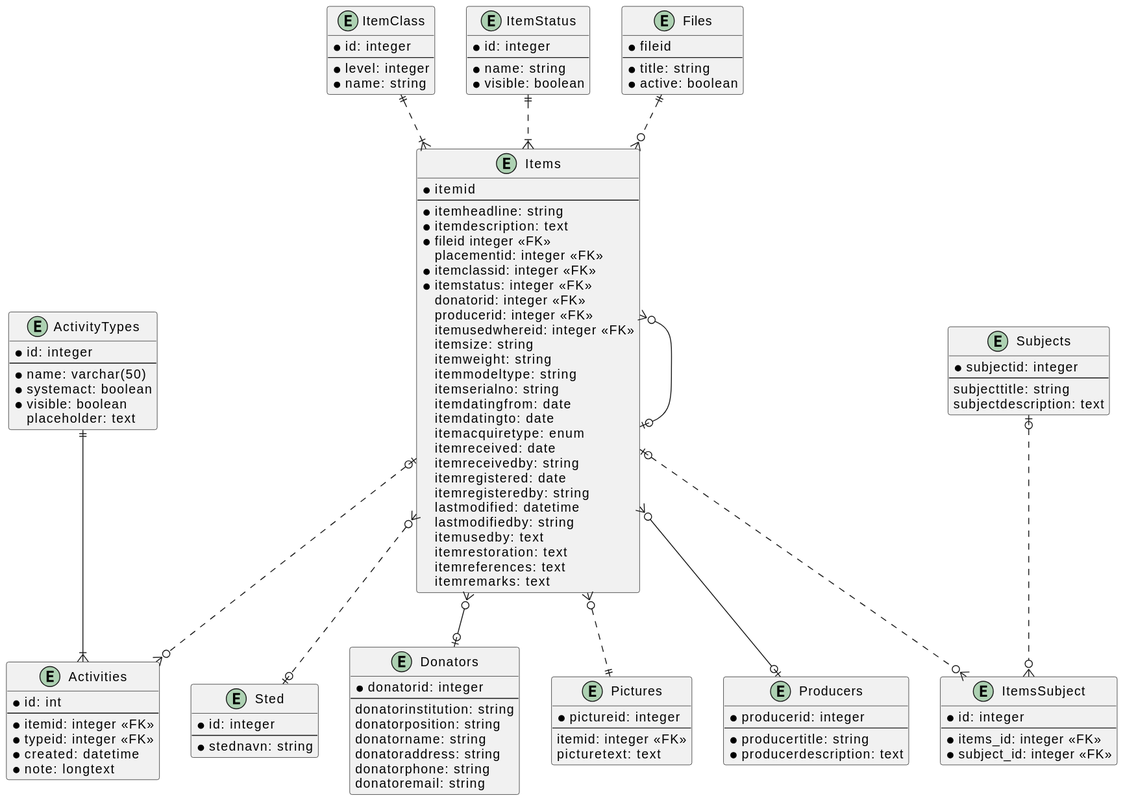
Earlier version of the PlantUML export docs/genstand-er.svg (Datamuseum-DK/CollectionMan).
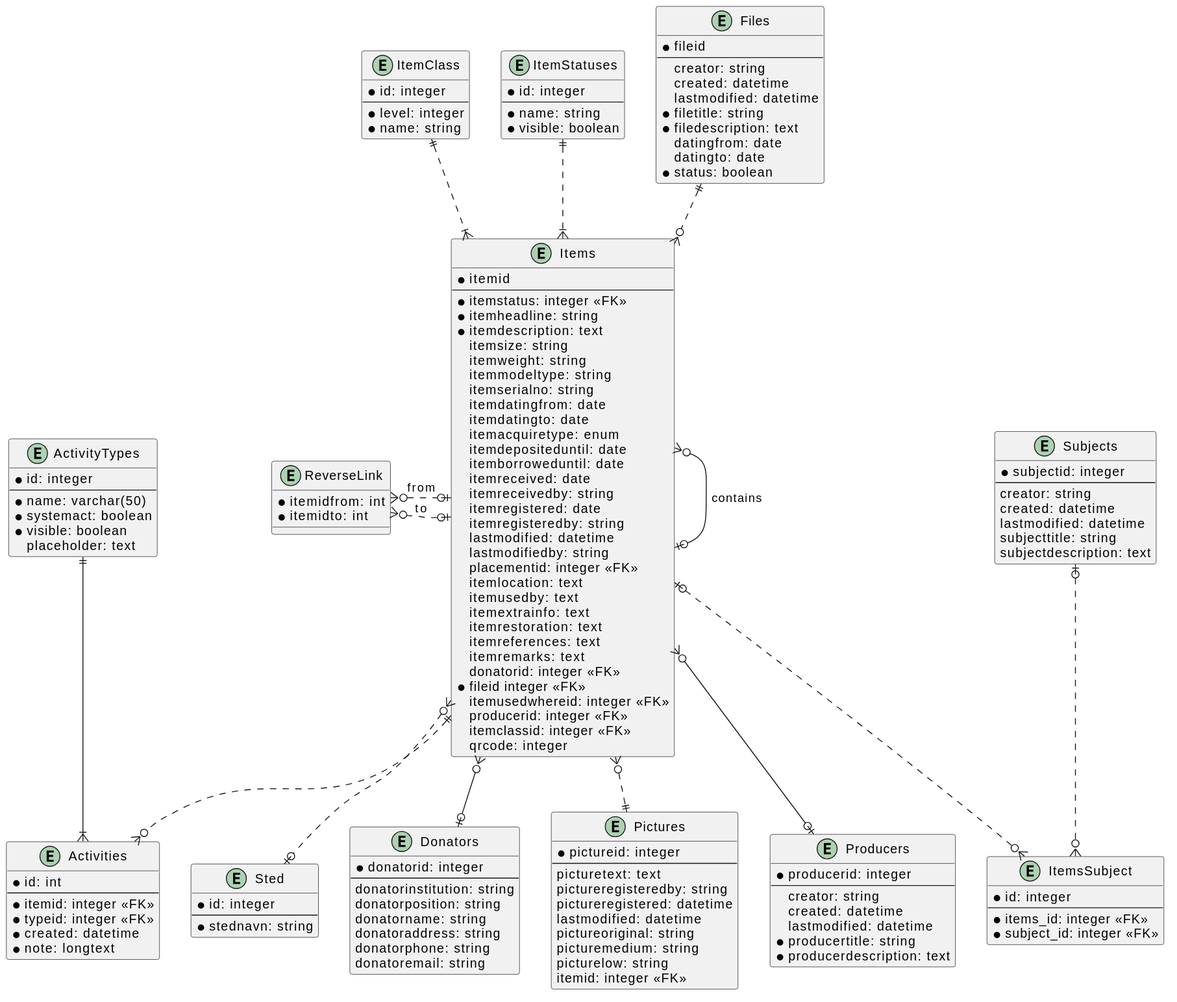
After the commit.

Change to the diagram source:
```diff
@@ -6,7 +6,7 @@
 * name: string
 }
 
-entity ItemStatus {
+entity ItemStatuses {
 * id: integer
 --
 * name: string
@@ -16,15 +16,9 @@
 entity Items {
 * itemid
 --
+* itemstatus: integer <<FK>>
 * itemheadline: string
 * itemdescription: text
-* fileid integer <<FK>>
-placementid: integer <<FK>>
-* itemclassid: integer <<FK>>
-* itemstatus: integer <<FK>>
-donatorid: integer <<FK>>
-producerid: integer <<FK>>
-itemusedwhereid: integer <<FK>>
 itemsize: string
 itemweight: string
 itemmodeltype: string
@@ -32,23 +26,42 @@
 itemdatingfrom: date
 itemdatingto: date
 itemacquiretype: enum
+itemdepositeduntil: date
+itemborroweduntil: date
 itemreceived: date
 itemreceivedby: string
 itemregistered: date
 itemregisteredby: string
 lastmodified: datetime
 lastmodifiedby: string
+placementid: integer <<FK>>
+itemlocation: text
 itemusedby: text
+itemextrainfo: text
 itemrestoration: text
 itemreferences: text
 itemremarks: text
+donatorid: integer <<FK>>
+* fileid integer <<FK>>
+itemusedwhereid: integer <<FK>>
+producerid: integer <<FK>>
+itemclassid: integer <<FK>>
+qrcode: integer
 }
+
 entity Files {
 * fileid
 --
-* title: string
-* active: boolean
+creator: string
+created: datetime
+lastmodified: datetime
+* filetitle: string
+* filedescription: text
+datingfrom: date
+datingto: date
+* status: boolean
 }
+
 entity Activities {
 * id: int
 --
@@ -57,6 +70,7 @@
 * created: datetime
 * note: longtext
 }
+
 entity ActivityTypes {
 * id: integer
 --
@@ -65,11 +79,13 @@
 * visible: boolean
 placeholder: text
 }
+
 entity Sted {
 * id: integer
 --
 * stednavn: string
 }
+
 entity Donators {
 * donatorid: integer
 --
@@ -80,15 +96,20 @@
 donatorphone: string
 donatoremail: string
 }
+
 entity ItemsSubject {
 * id: integer
 --
 * items_id: integer <<FK>>
 * subject_id: integer <<FK>>
 }
+
 entity Subjects {
 * subjectid: integer
 --
+creator: string
+created: datetime
+lastmodified: datetime
 subjecttitle: string
 subjectdescription: text
 }
@@ -96,27 +117,43 @@
 entity Pictures {
 * pictureid: integer
 --
+picturetext: text
+pictureregisteredby: string
+pictureregistered: datetime
+lastmodified: datetime
+pictureoriginal: string
+picturemedium: string
+picturelow: string
 itemid: integer <<FK>>
-picturetext: text
 }
 
 entity Producers {
 * producerid: integer
 --
+creator: string
+created: datetime
+lastmodified: datetime
 * producertitle: string
 * producerdescription: text
 }
 
+entity ReverseLink {
+* itemidfrom: int
+* itemidto: int
+}
+
 ItemClass ||..|{ Items
 Files ||..o{ Items
-ItemStatus ||..|{ Items
+ItemStatuses ||..|{ Items
 Items }o..o| Sted
 Items }o..|| Pictures
 Items |o..o{ ItemsSubject
 Subjects |o..o{ ItemsSubject
 Items }o--o| Producers
-Items }o--o| Items
+Items }o--o| Items : contains
 Items }o--o| Donators
-Items |o..o{ Activities
+Items ||..o{ Activities
+Items |o.left.o{ ReverseLink : from
+Items |o..o{ ReverseLink : to
 ActivityTypes ||--|{ Activities
 @enduml
```
